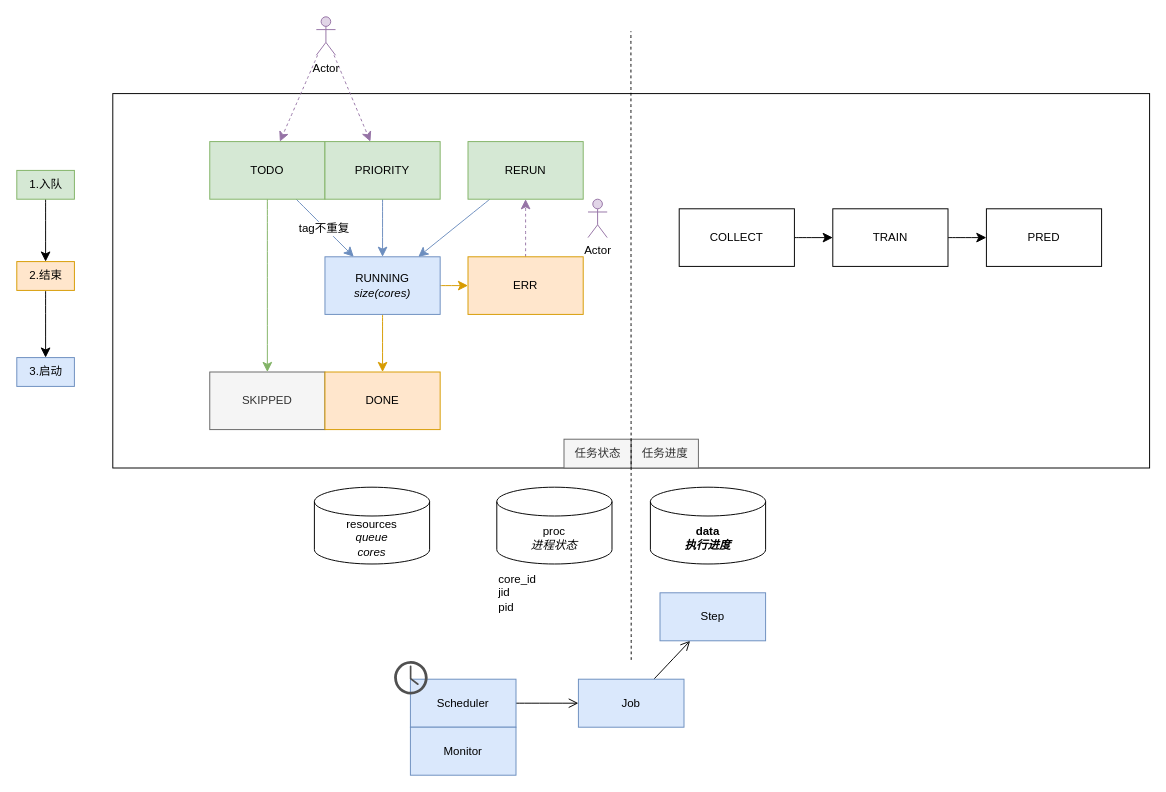
This is page "ppl2" (2 of 2) of tongdengfund/ppl_new.drawio from mistyeye11/drawio, a draw.io file, before an edit. Source tidied: cells renumbered, new cells numbered last; positions are measured from the earlier drawing's top-left corner, leaving out a move shared by most shapes. Both pictures are drawn from the tidied source at 96%, with x=0, y=0 at pixel (16, 16).
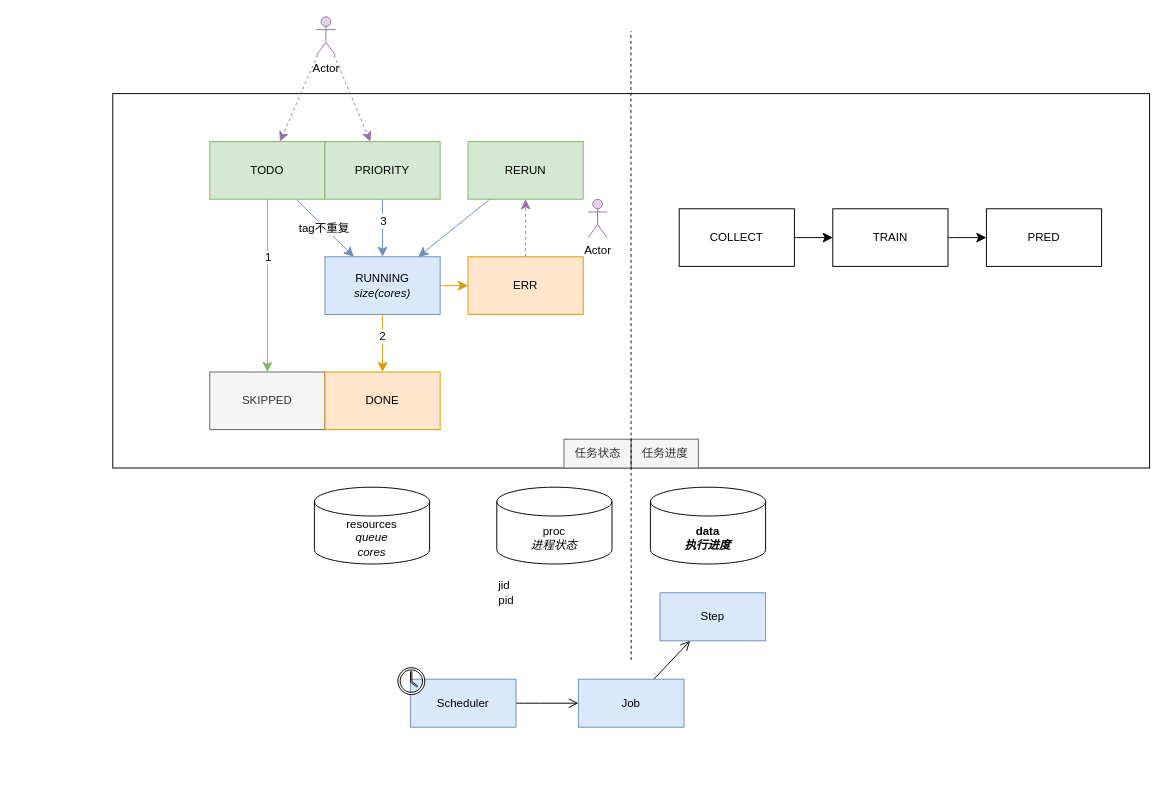
Above is the later version.

Unchanged cells that the change refers to:
```xml
<mxCell id="7" style="edgeStyle=none;curved=1;rounded=0;jettySize=auto;html=1;fontFamily=Helvetica;fontSize=12;fontColor=default;startSize=8;endSize=8;fillColor=#d5e8d4;strokeColor=#82b366;" parent="1" edge="1" source="8" target="19">
  <mxGeometry relative="1" as="geometry" />
</mxCell>
<mxCell id="9" style="edgeStyle=none;curved=1;rounded=0;jettySize=auto;html=1;fontFamily=Helvetica;fontSize=12;fontColor=default;startSize=8;endSize=8;fillColor=#dae8fc;strokeColor=#6c8ebf;" parent="1" edge="1" source="10" target="24">
  <mxGeometry relative="1" as="geometry" />
</mxCell>
<mxCell id="22" style="edgeStyle=none;curved=1;rounded=0;jettySize=auto;html=1;fontFamily=Helvetica;fontSize=12;fontColor=default;startSize=8;endSize=8;fillColor=#ffe6cc;strokeColor=#d79b00;" parent="1" edge="1" source="24" target="25">
  <mxGeometry relative="1" as="geometry" />
</mxCell>
<mxCell id="31" style="group;" parent="1" vertex="1">
  <mxGeometry x="500" y="490" width="120" height="140" as="geometry" />
</mxCell>
```

Change to the diagram source:
```diff
@@
+    <mxCell id="48" value="1" style="edgeLabel;html=1;align=center;verticalAlign=middle;fontSize=12;" parent="7" vertex="1">
+      <mxGeometry x="-0.34" relative="1" as="geometry">
+        <mxPoint y="1" as="offset" />
+      </mxGeometry>
+    </mxCell>
@@
+    <mxCell id="49" value="3" style="edgeLabel;html=1;align=center;verticalAlign=middle;fontSize=12;" parent="9" vertex="1">
+      <mxGeometry x="-0.31" y="5" relative="1" as="geometry">
+        <mxPoint x="-5" y="1" as="offset" />
+      </mxGeometry>
+    </mxCell>
@@
-    <mxCell id="17" value="Scheduler" style="html=1;whiteSpace=wrap;rounded=0;strokeColor=#6c8ebf;align=center;verticalAlign=middle;fontFamily=Helvetica;fontSize=12;fillColor=#dae8fc;" parent="1" vertex="1">
+    <mxCell id="17" value="Scheduler" style="html=1;whiteSpace=wrap;rounded=0;align=center;verticalAlign=middle;fontFamily=Helvetica;fontSize=12;fillColor=#dae8fc;strokeColor=#6c8ebf;" parent="1" vertex="1">
       <mxGeometry x="410" y="690" width="110" height="50" as="geometry" />
     </mxCell>
@@
+    <mxCell id="50" value="2" style="edgeLabel;html=1;align=center;verticalAlign=middle;fontSize=12;" parent="22" vertex="1">
+      <mxGeometry x="-0.31" y="3" relative="1" as="geometry">
+        <mxPoint x="-4" y="1" as="offset" />
+      </mxGeometry>
+    </mxCell>
@@
-    <mxCell id="26" value="Monitor" style="html=1;whiteSpace=wrap;rounded=0;strokeColor=#6c8ebf;align=center;verticalAlign=middle;fontFamily=Helvetica;fontSize=12;fillColor=#dae8fc;" parent="1" vertex="1">
-      <mxGeometry x="410" y="740" width="110" height="50" as="geometry" />
-    </mxCell>
@@
-    <mxCell id="33" value="&lt;div&gt;core_id&lt;/div&gt;&lt;div&gt;jid&lt;/div&gt;&lt;div&gt;pid&lt;br&gt;&lt;/div&gt;" style="text;html=1;align=left;verticalAlign=middle;strokeColor=none;fillColor=none;fontSize=12;fontFamily=Helvetica;fontColor=default;" parent="31" vertex="1">
-      <mxGeometry y="80" width="60" height="60" as="geometry" />
+    <mxCell id="33" value="jid&lt;div&gt;pid&lt;br&gt;&lt;/div&gt;" style="text;html=1;align=left;verticalAlign=middle;strokeColor=none;fillColor=none;fontSize=12;fontFamily=Helvetica;fontColor=default;" parent="31" vertex="1">
+      <mxGeometry y="90" width="40" height="40" as="geometry" />
     </mxCell>
@@
-    <mxCell id="35" value="3.启动" style="text;html=1;align=center;verticalAlign=middle;points=[];strokeColor=#6c8ebf;fillColor=#dae8fc;fontSize=12;fontFamily=Helvetica;" parent="1" vertex="1">
-      <mxGeometry y="355" width="60" height="30" as="geometry" />
-    </mxCell>
-    <mxCell id="36" value="Step" style="whiteSpace=wrap;html=1;align=center;rounded=0;strokeColor=#6c8ebf;verticalAlign=middle;fontFamily=Helvetica;fontSize=12;fillColor=#dae8fc;" parent="1" vertex="1">
+    <mxCell id="36" value="Step" style="whiteSpace=wrap;html=1;align=center;rounded=0;verticalAlign=middle;fontFamily=Helvetica;fontSize=12;fillColor=#dae8fc;strokeColor=#6c8ebf;" parent="1" vertex="1">
       <mxGeometry x="670" y="600" width="110" height="50" as="geometry" />
     </mxCell>
-    <mxCell id="37" style="edgeStyle=none;curved=1;rounded=0;jettySize=auto;html=1;fontSize=12;startSize=8;endSize=8;" parent="1" edge="1" source="38" target="35">
-      <mxGeometry relative="1" as="geometry" />
-    </mxCell>
-    <mxCell id="38" value="2.结束" style="text;html=1;align=center;verticalAlign=middle;points=[];strokeColor=#d79b00;fillColor=#ffe6cc;fontSize=12;fontFamily=Helvetica;" parent="1" vertex="1">
-      <mxGeometry y="255" width="60" height="30" as="geometry" />
-    </mxCell>
-    <mxCell id="39" style="edgeStyle=none;curved=1;rounded=0;jettySize=auto;html=1;fontSize=12;startSize=8;endSize=8;" parent="1" edge="1" source="40" target="38">
-      <mxGeometry relative="1" as="geometry" />
-    </mxCell>
-    <mxCell id="40" value="1.入队" style="text;html=1;align=center;verticalAlign=middle;points=[];strokeColor=#82b366;fillColor=#d5e8d4;fontSize=12;fontFamily=Helvetica;" parent="1" vertex="1">
-      <mxGeometry y="160" width="60" height="30" as="geometry" />
-    </mxCell>
@@
-    <mxCell id="42" style="sketch=0;shadow=0;dashed=0;html=1;strokeColor=none;fillColor=#505050;labelPosition=center;verticalLabelPosition=bottom;verticalAlign=top;align=center;shape=mxgraph.office.concepts.clock;rounded=0;fontFamily=Helvetica;fontSize=12;fontColor=default;" parent="1" vertex="1">
-      <mxGeometry x="393" y="671" width="35" height="35" as="geometry" />
+    <mxCell id="42" style="sketch=0;shadow=0;dashed=0;html=1;labelPosition=center;verticalLabelPosition=bottom;verticalAlign=top;align=center;shape=mxgraph.office.concepts.clock;rounded=0;fontFamily=Helvetica;fontSize=12;" parent="1" vertex="1">
+      <mxGeometry x="397" y="678" width="28" height="28" as="geometry" />
     </mxCell>
@@
-    <mxCell id="47" value="Job" style="whiteSpace=wrap;html=1;align=center;rounded=0;strokeColor=#6c8ebf;verticalAlign=middle;fontFamily=Helvetica;fontSize=12;fillColor=#dae8fc;" parent="1" vertex="1">
+    <mxCell id="47" value="Job" style="whiteSpace=wrap;html=1;align=center;rounded=0;verticalAlign=middle;fontFamily=Helvetica;fontSize=12;fillColor=#dae8fc;strokeColor=#6c8ebf;" parent="1" vertex="1">
       <mxGeometry x="585" y="690" width="110" height="50" as="geometry" />
     </mxCell>
```
